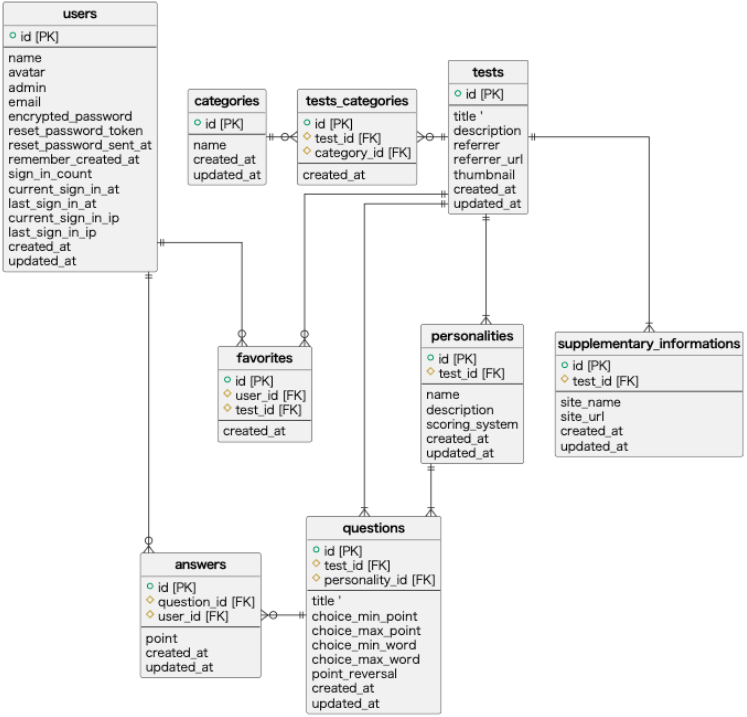
Earlier version of the PlantUML export docs/ER.png (ymdarudy/psykarte). Its source is kept beside it as docs/ER.pu.
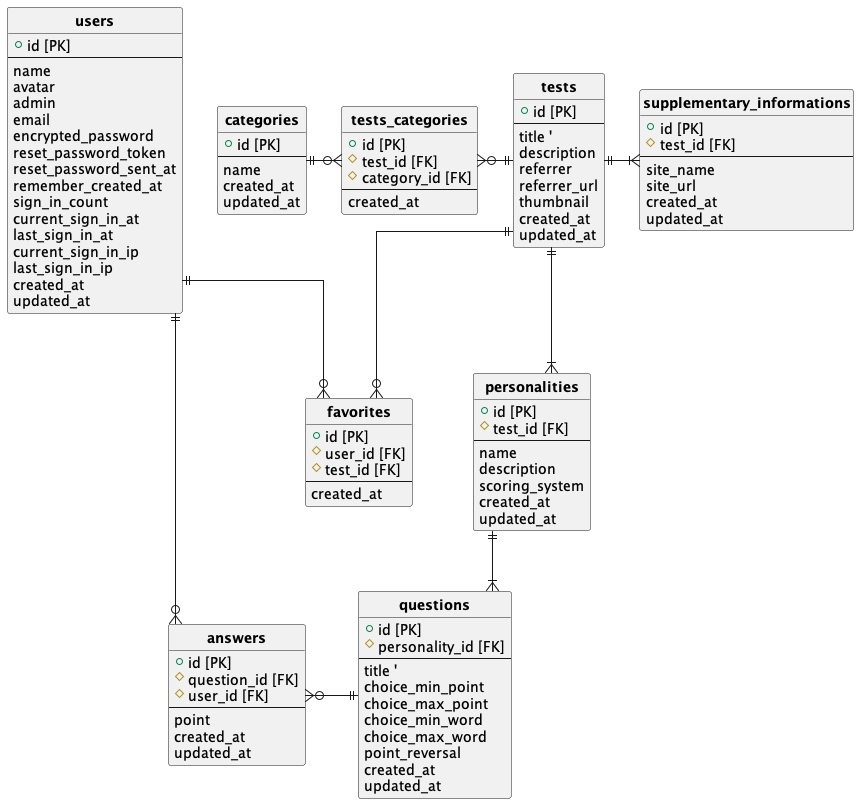
Above is the later version.

Commit message:
:books: ER図修正（testsとquestionsのアソシエーション不要のため削除）

Change to the diagram source:
```diff
@@ -1,4 +1,4 @@
-@startuml yonde
+@startuml ER
 hide circle
 
 skinparam linetype ortho
@@ -48,7 +48,6 @@
 
 entity "**questions**" as questions {
   + id [PK]
-  # test_id [FK]
   # personality_id [FK]
   --
   title '
@@ -105,9 +104,8 @@
   created_at
 }
 
-tests ||--|{ supplementary_informations
+tests ||-r-|{ supplementary_informations
 tests ||--|{ personalities
-tests ||-d-|{ questions
 tests ||--o{ favorites
 tests ||-l-o{ tests_categories
 categories ||-r-o{ tests_categories
```
